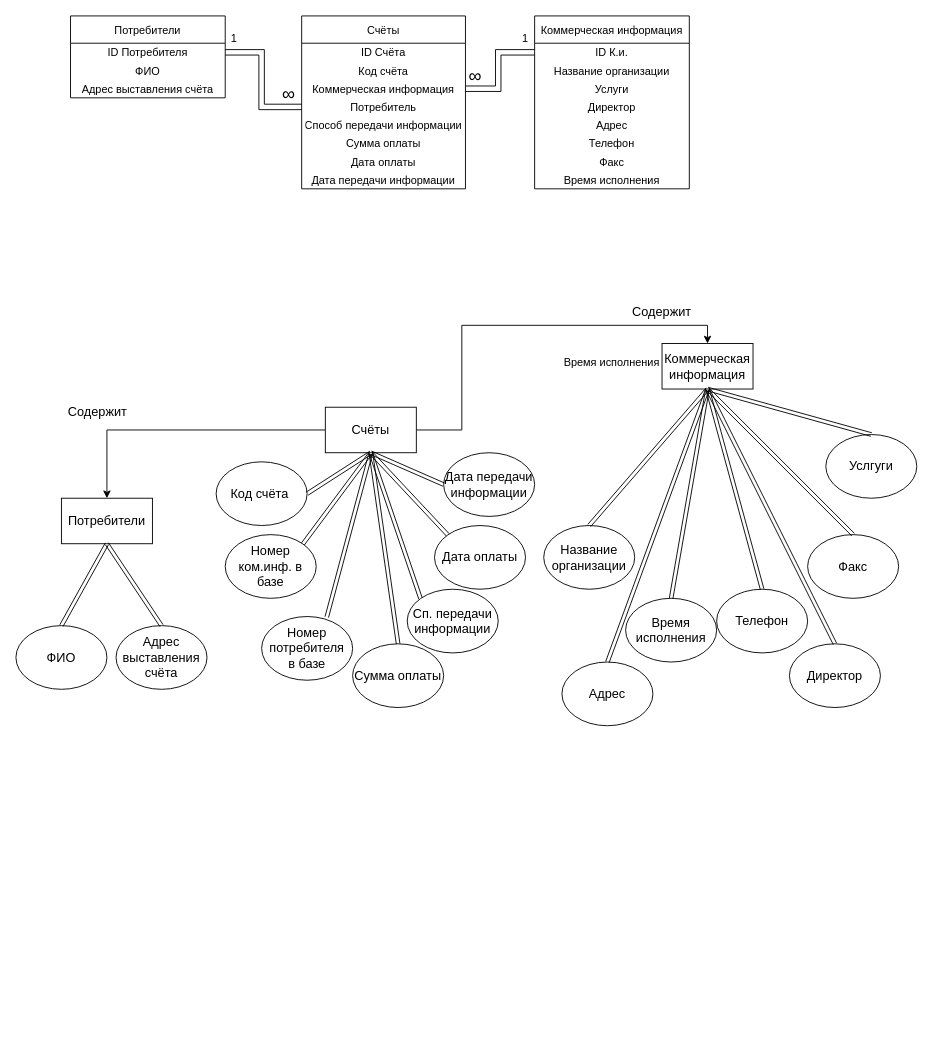
This is 1lab.drawio from Maquim4/repository_for_challenge, a draw.io file, before an edit. Source tidied: cells renumbered, new cells numbered last; positions are measured from the earlier drawing's top-left corner, leaving out a move shared by most shapes. Both pictures are drawn from the tidied source at 91%, with x=0, y=0 at pixel (15, 15).
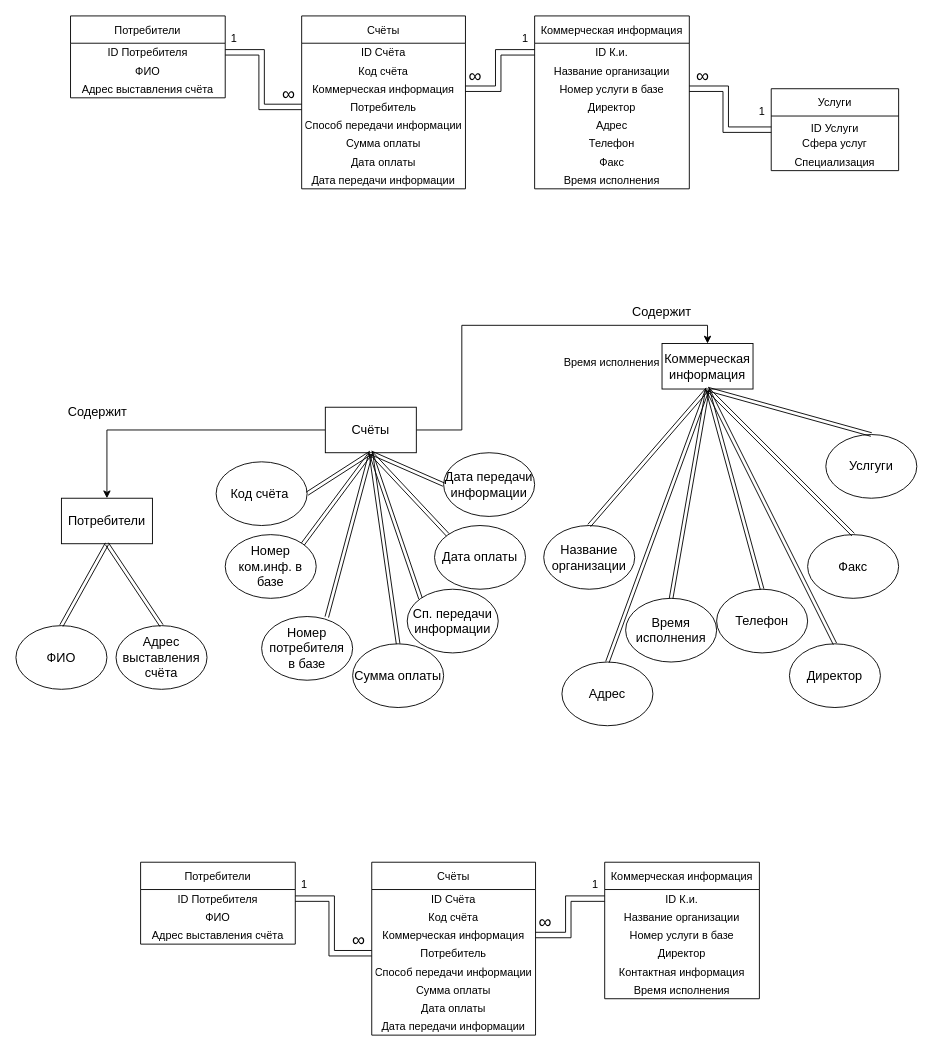
The same page after the edit.

The change refers to these unchanged cells:
```xml
<mxCell id="11" value="Коммерческая информация" style="swimlane;fontStyle=0;horizontal=1;startSize=30;fillStyle=dots;fillColor=none;" parent="1" vertex="1">
  <mxGeometry x="570" width="170" height="190" as="geometry" />
</mxCell>
```

Change to the diagram source:
```diff
@@
-    <mxCell id="14" value="Услуги" style="text;strokeColor=none;fillColor=none;align=center;verticalAlign=middle;spacingLeft=4;spacingRight=4;overflow=hidden;points=[[0,0.5],[1,0.5]];portConstraint=eastwest;fillStyle=dots;" parent="11" vertex="1">
+    <mxCell id="14" value="Номер услуги в базе" style="text;strokeColor=none;fillColor=none;align=center;verticalAlign=middle;spacingLeft=4;spacingRight=4;overflow=hidden;points=[[0,0.5],[1,0.5]];portConstraint=eastwest;fillStyle=dots;" parent="11" vertex="1">
       <mxGeometry y="70" width="170" height="20" as="geometry" />
     </mxCell>
@@
+    <mxCell id="70" value="Счёты" style="swimlane;fontStyle=0;horizontal=1;startSize=30;fillStyle=dots;fillColor=none;" parent="1" vertex="1">
+      <mxGeometry x="391" y="930" width="180" height="190" as="geometry" />
+    </mxCell>
+    <mxCell id="71" value="ID Счёта" style="text;strokeColor=none;fillColor=none;align=center;verticalAlign=middle;spacingLeft=4;spacingRight=4;overflow=hidden;fillStyle=dots;" parent="70" vertex="1">
+      <mxGeometry y="30" width="180" height="20" as="geometry" />
+    </mxCell>
+    <mxCell id="72" value="Код счёта" style="text;strokeColor=none;fillColor=none;align=center;verticalAlign=middle;spacingLeft=4;spacingRight=4;overflow=hidden;fillStyle=dots;" parent="70" vertex="1">
+      <mxGeometry y="50" width="180" height="20" as="geometry" />
+    </mxCell>
+    <mxCell id="73" value="Коммерческая информация" style="text;strokeColor=none;fillColor=none;align=center;verticalAlign=middle;spacingLeft=4;spacingRight=4;overflow=hidden;points=[[0,0.5],[1,0.5]];portConstraint=eastwest;fillStyle=dots;" parent="70" vertex="1">
+      <mxGeometry y="70" width="180" height="20" as="geometry" />
+    </mxCell>
+    <mxCell id="74" value="Потребитель" style="text;strokeColor=none;fillColor=none;align=center;verticalAlign=middle;spacingLeft=4;spacingRight=4;overflow=hidden;points=[[0,0.5],[1,0.5]];portConstraint=eastwest;fillStyle=dots;" parent="70" vertex="1">
+      <mxGeometry y="90" width="180" height="20" as="geometry" />
+    </mxCell>
+    <mxCell id="75" value="Способ передачи информации" style="text;strokeColor=none;fillColor=none;align=center;verticalAlign=middle;spacingLeft=4;spacingRight=4;overflow=hidden;fillStyle=dots;" parent="70" vertex="1">
+      <mxGeometry y="110" width="180" height="20" as="geometry" />
+    </mxCell>
+    <mxCell id="76" value="Сумма оплаты" style="text;strokeColor=none;fillColor=none;align=center;verticalAlign=middle;spacingLeft=4;spacingRight=4;overflow=hidden;fillStyle=dots;" parent="70" vertex="1">
+      <mxGeometry y="130" width="180" height="20" as="geometry" />
+    </mxCell>
+    <mxCell id="77" value="Дата оплаты" style="text;strokeColor=none;fillColor=none;align=center;verticalAlign=middle;spacingLeft=4;spacingRight=4;overflow=hidden;fillStyle=dots;" parent="70" vertex="1">
+      <mxGeometry y="150" width="180" height="20" as="geometry" />
+    </mxCell>
+    <mxCell id="78" value="Дата передачи информации" style="text;strokeColor=none;fillColor=none;align=center;verticalAlign=middle;spacingLeft=4;spacingRight=4;overflow=hidden;fillStyle=dots;" parent="70" vertex="1">
+      <mxGeometry y="170" width="180" height="20" as="geometry" />
+    </mxCell>
+    <mxCell id="79" value="Коммерческая информация" style="swimlane;fontStyle=0;horizontal=1;startSize=30;fillStyle=dots;fillColor=none;" parent="1" vertex="1">
+      <mxGeometry x="647" y="930" width="170" height="150" as="geometry" />
+    </mxCell>
+    <mxCell id="80" value="ID К.и." style="text;strokeColor=none;fillColor=none;align=center;verticalAlign=middle;spacingLeft=4;spacingRight=4;overflow=hidden;points=[[0,0.5],[1,0.5]];portConstraint=eastwest;fillStyle=dots;" parent="79" vertex="1">
+      <mxGeometry y="30" width="170" height="20" as="geometry" />
+    </mxCell>
+    <mxCell id="81" value="Название организации" style="text;strokeColor=none;fillColor=none;align=center;verticalAlign=middle;spacingLeft=4;spacingRight=4;overflow=hidden;fillStyle=dots;" parent="79" vertex="1">
+      <mxGeometry y="50" width="170" height="20" as="geometry" />
+    </mxCell>
+    <mxCell id="82" value="Номер услуги в базе" style="text;strokeColor=none;fillColor=none;align=center;verticalAlign=middle;spacingLeft=4;spacingRight=4;overflow=hidden;fillStyle=dots;" parent="79" vertex="1">
+      <mxGeometry y="70" width="170" height="20" as="geometry" />
+    </mxCell>
+    <mxCell id="83" value="Директор" style="text;strokeColor=none;fillColor=none;align=center;verticalAlign=middle;spacingLeft=4;spacingRight=4;overflow=hidden;fillStyle=dots;" parent="79" vertex="1">
+      <mxGeometry y="90" width="170" height="20" as="geometry" />
+    </mxCell>
+    <mxCell id="84" value="Контактная информация" style="text;strokeColor=none;fillColor=none;align=center;verticalAlign=middle;spacingLeft=4;spacingRight=4;overflow=hidden;fillStyle=dots;" parent="79" vertex="1">
+      <mxGeometry y="110" width="170" height="20" as="geometry" />
+    </mxCell>
+    <mxCell id="85" value="Время исполнения" style="text;strokeColor=none;fillColor=none;align=center;verticalAlign=middle;spacingLeft=4;spacingRight=4;overflow=hidden;fillStyle=dots;" parent="79" vertex="1">
+      <mxGeometry y="130" width="170" height="20" as="geometry" />
+    </mxCell>
+    <mxCell id="86" value="Потребители" style="swimlane;fontStyle=0;horizontal=1;startSize=30;fillStyle=dots;fillColor=none;" parent="1" vertex="1">
+      <mxGeometry x="137" y="930" width="170" height="90" as="geometry" />
+    </mxCell>
+    <mxCell id="87" value="ID Потребителя" style="text;strokeColor=none;fillColor=none;align=center;verticalAlign=middle;spacingLeft=4;spacingRight=4;overflow=hidden;points=[[0,0.5],[1,0.5]];portConstraint=eastwest;fillStyle=dots;" parent="86" vertex="1">
+      <mxGeometry y="30" width="170" height="20" as="geometry" />
+    </mxCell>
+    <mxCell id="88" value="ФИО" style="text;strokeColor=none;fillColor=none;align=center;verticalAlign=middle;spacingLeft=4;spacingRight=4;overflow=hidden;fillStyle=dots;" parent="86" vertex="1">
+      <mxGeometry y="50" width="170" height="20" as="geometry" />
+    </mxCell>
+    <mxCell id="89" value="Адрес выставления счёта" style="text;strokeColor=none;fillColor=none;align=center;verticalAlign=middle;spacingLeft=4;spacingRight=4;overflow=hidden;fillStyle=dots;" parent="86" vertex="1">
+      <mxGeometry y="70" width="170" height="20" as="geometry" />
+    </mxCell>
+    <mxCell id="90" style="shape=link;html=1;rounded=0;exitX=1;exitY=0.5;exitDx=0;exitDy=0;entryX=0;entryY=0.5;entryDx=0;entryDy=0;width=-6;" parent="1" edge="1" source="73" target="80">
+      <mxGeometry relative="1" as="geometry">
+        <Array as="points">
+          <mxPoint x="607" y="1010" />
+          <mxPoint x="607" y="970" />
+        </Array>
+      </mxGeometry>
+    </mxCell>
+    <mxCell id="91" style="shape=link;html=1;rounded=0;exitX=0;exitY=0.5;exitDx=0;exitDy=0;entryX=1;entryY=0.5;entryDx=0;entryDy=0;width=-6;strokeColor=#000000;" parent="1" edge="1" source="74" target="87">
+      <mxGeometry relative="1" as="geometry">
+        <Array as="points">
+          <mxPoint x="347" y="1030" />
+          <mxPoint x="347" y="970" />
+        </Array>
+      </mxGeometry>
+    </mxCell>
+    <mxCell id="92" value="1" style="text;html=1;strokeColor=none;fillColor=none;align=center;verticalAlign=middle;whiteSpace=wrap;rounded=0;fillStyle=auto;" parent="1" vertex="1">
+      <mxGeometry x="297" y="940" width="40" height="30" as="geometry" />
+    </mxCell>
+    <mxCell id="93" value="1" style="text;html=1;strokeColor=none;fillColor=none;align=center;verticalAlign=middle;whiteSpace=wrap;rounded=0;fillStyle=auto;" parent="1" vertex="1">
+      <mxGeometry x="617" y="940" width="40" height="30" as="geometry" />
+    </mxCell>
+    <mxCell id="94" value="&lt;span style=&quot;font-size: 20px;&quot;&gt;∞&lt;/span&gt;" style="text;html=1;strokeColor=none;fillColor=none;align=center;verticalAlign=middle;whiteSpace=wrap;rounded=0;fillStyle=auto;" parent="1" vertex="1">
+      <mxGeometry x="357" y="1000" width="40" height="30" as="geometry" />
+    </mxCell>
+    <mxCell id="95" value="&lt;span style=&quot;font-size: 20px;&quot;&gt;∞&lt;/span&gt;" style="text;html=1;strokeColor=none;fillColor=none;align=center;verticalAlign=middle;whiteSpace=wrap;rounded=0;fillStyle=auto;" parent="1" vertex="1">
+      <mxGeometry x="567" y="980" width="30" height="30" as="geometry" />
+    </mxCell>
+    <mxCell id="96" value="Услуги" style="swimlane;fontStyle=0;horizontal=1;startSize=30;" parent="1" vertex="1">
+      <mxGeometry x="830" y="80" width="140" height="90" as="geometry" />
+    </mxCell>
+    <mxCell id="97" value="&lt;div style=&quot;&quot;&gt;&lt;span style=&quot;background-color: initial;&quot;&gt;ID Услуги&lt;/span&gt;&lt;/div&gt;" style="text;whiteSpace=wrap;html=1;align=center;" parent="96" vertex="1">
+      <mxGeometry y="30" width="140" height="20" as="geometry" />
+    </mxCell>
+    <mxCell id="98" value="Сфера услуг" style="text;strokeColor=none;fillColor=none;align=center;verticalAlign=middle;spacingLeft=4;spacingRight=4;overflow=hidden;" parent="96" vertex="1">
+      <mxGeometry y="50" width="140" height="20" as="geometry" />
+    </mxCell>
+    <mxCell id="99" value="Специализация" style="text;strokeColor=none;fillColor=none;align=center;verticalAlign=middle;spacingLeft=4;spacingRight=4;overflow=hidden;" parent="96" vertex="1">
+      <mxGeometry y="70" width="140" height="20" as="geometry" />
+    </mxCell>
+    <mxCell id="100" style="shape=link;html=1;rounded=0;exitX=1;exitY=0.5;exitDx=0;exitDy=0;entryX=0;entryY=0.75;entryDx=0;entryDy=0;width=-6;" parent="1" edge="1" source="14" target="97">
+      <mxGeometry relative="1" as="geometry">
+        <Array as="points">
+          <mxPoint x="780" y="80" />
+          <mxPoint x="780" y="125" />
+        </Array>
+      </mxGeometry>
+    </mxCell>
+    <mxCell id="101" value="&lt;span style=&quot;font-size: 20px;&quot;&gt;∞&lt;/span&gt;" style="text;html=1;strokeColor=none;fillColor=none;align=center;verticalAlign=middle;whiteSpace=wrap;rounded=0;fillStyle=auto;" parent="1" vertex="1">
+      <mxGeometry x="740" y="50" width="30" height="30" as="geometry" />
+    </mxCell>
+    <mxCell id="102" value="1" style="text;html=1;strokeColor=none;fillColor=none;align=center;verticalAlign=middle;whiteSpace=wrap;rounded=0;fillStyle=auto;" parent="1" vertex="1">
+      <mxGeometry x="800" y="90" width="40" height="30" as="geometry" />
+    </mxCell>
```
